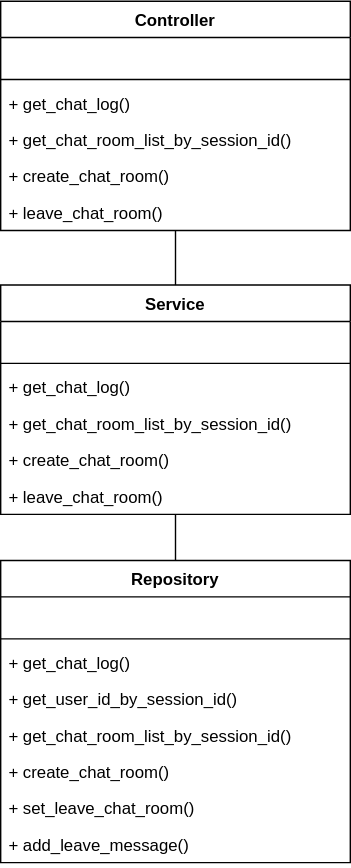
Earlier version of the draw.io export 클래스 다이어그램/chat_room_manage_server_class_diagram.svg (shlim0/2022_capstone1). Source tidied: cells renumbered, new cells last; positions are measured from the earlier drawing's top-left corner, leaving out a move shared by most shapes. The source it was exported from:
```xml
<mxGraphModel>
  <root>
    <mxCell id="0" />
    <mxCell id="1" parent="0" />
    <mxCell id="2" value="Controller" style="swimlane;fontStyle=1;align=center;verticalAlign=top;horizontal=1;startSize=26;" parent="1" vertex="1">
      <mxGeometry width="250" height="164" as="geometry" />
    </mxCell>
    <mxCell id="3" value=" " style="text;strokeColor=none;fillColor=none;align=left;verticalAlign=top;spacingLeft=4;spacingRight=4;overflow=hidden;" parent="2" vertex="1">
      <mxGeometry y="26" width="250" height="26" as="geometry" />
    </mxCell>
    <mxCell id="4" style="line;strokeWidth=1;fillColor=none;align=left;verticalAlign=middle;spacingTop=-1;spacingLeft=3;spacingRight=3;labelPosition=right;strokeColor=inherit;" parent="2" vertex="1">
      <mxGeometry y="52" width="250" height="8" as="geometry" />
    </mxCell>
    <mxCell id="5" value="+ get_chat_log()" style="text;strokeColor=none;fillColor=none;align=left;verticalAlign=top;spacingLeft=4;spacingRight=4;overflow=hidden;" parent="2" vertex="1">
      <mxGeometry y="60" width="250" height="26" as="geometry" />
    </mxCell>
    <mxCell id="6" value="+ get_chat_room_list_by_session_id()" style="text;strokeColor=none;fillColor=none;align=left;verticalAlign=top;spacingLeft=4;spacingRight=4;overflow=hidden;" parent="2" vertex="1">
      <mxGeometry y="86" width="250" height="26" as="geometry" />
    </mxCell>
    <mxCell id="7" value="+ create_chat_room()" style="text;strokeColor=none;fillColor=none;align=left;verticalAlign=top;spacingLeft=4;spacingRight=4;overflow=hidden;" parent="2" vertex="1">
      <mxGeometry y="112" width="250" height="26" as="geometry" />
    </mxCell>
    <mxCell id="8" value="+ leave_chat_room()" style="text;strokeColor=none;fillColor=none;align=left;verticalAlign=top;spacingLeft=4;spacingRight=4;overflow=hidden;points=[[0,0.5],[1,0.5]];portConstraint=eastwest;" parent="2" vertex="1">
      <mxGeometry y="138" width="250" height="26" as="geometry" />
    </mxCell>
    <mxCell id="9" value="Service" style="swimlane;fontStyle=1;align=center;verticalAlign=top;horizontal=1;startSize=26;" parent="1" vertex="1">
      <mxGeometry y="203" width="250" height="164" as="geometry" />
    </mxCell>
    <mxCell id="10" value=" " style="text;strokeColor=none;fillColor=none;align=left;verticalAlign=top;spacingLeft=4;spacingRight=4;overflow=hidden;" parent="9" vertex="1">
      <mxGeometry y="26" width="250" height="26" as="geometry" />
    </mxCell>
    <mxCell id="11" style="line;strokeWidth=1;fillColor=none;align=left;verticalAlign=middle;spacingTop=-1;spacingLeft=3;spacingRight=3;labelPosition=right;strokeColor=inherit;" parent="9" vertex="1">
      <mxGeometry y="52" width="250" height="8" as="geometry" />
    </mxCell>
    <mxCell id="12" value="+ get_chat_log()" style="text;strokeColor=none;fillColor=none;align=left;verticalAlign=top;spacingLeft=4;spacingRight=4;overflow=hidden;" parent="9" vertex="1">
      <mxGeometry y="60" width="250" height="26" as="geometry" />
    </mxCell>
    <mxCell id="13" value="+ get_chat_room_list_by_session_id()" style="text;strokeColor=none;fillColor=none;align=left;verticalAlign=top;spacingLeft=4;spacingRight=4;overflow=hidden;" parent="9" vertex="1">
      <mxGeometry y="86" width="250" height="26" as="geometry" />
    </mxCell>
    <mxCell id="14" value="+ create_chat_room()" style="text;strokeColor=none;fillColor=none;align=left;verticalAlign=top;spacingLeft=4;spacingRight=4;overflow=hidden;" parent="9" vertex="1">
      <mxGeometry y="112" width="250" height="26" as="geometry" />
    </mxCell>
    <mxCell id="15" value="+ leave_chat_room()" style="text;strokeColor=none;fillColor=none;align=left;verticalAlign=top;spacingLeft=4;spacingRight=4;overflow=hidden;points=[[0,0.5],[1,0.5]];portConstraint=eastwest;" parent="9" vertex="1">
      <mxGeometry y="138" width="250" height="26" as="geometry" />
    </mxCell>
    <mxCell id="16" value="Repository" style="swimlane;fontStyle=1;align=center;verticalAlign=top;horizontal=1;startSize=26;" parent="1" vertex="1">
      <mxGeometry y="400" width="250" height="216" as="geometry" />
    </mxCell>
    <mxCell id="17" value="   " style="text;strokeColor=none;fillColor=none;align=left;verticalAlign=top;spacingLeft=4;spacingRight=4;overflow=hidden;" parent="16" vertex="1">
      <mxGeometry y="26" width="250" height="26" as="geometry" />
    </mxCell>
    <mxCell id="18" style="line;strokeWidth=1;fillColor=none;align=left;verticalAlign=middle;spacingTop=-1;spacingLeft=3;spacingRight=3;labelPosition=right;strokeColor=inherit;" parent="16" vertex="1">
      <mxGeometry y="52" width="250" height="8" as="geometry" />
    </mxCell>
    <mxCell id="19" value="+ get_chat_log()" style="text;strokeColor=none;fillColor=none;align=left;verticalAlign=top;spacingLeft=4;spacingRight=4;overflow=hidden;" parent="16" vertex="1">
      <mxGeometry y="60" width="250" height="26" as="geometry" />
    </mxCell>
    <mxCell id="20" value="+ get_user_id_by_session_id()" style="text;strokeColor=none;fillColor=none;align=left;verticalAlign=top;spacingLeft=4;spacingRight=4;overflow=hidden;" parent="16" vertex="1">
      <mxGeometry y="86" width="250" height="26" as="geometry" />
    </mxCell>
    <mxCell id="21" value="+ get_chat_room_list_by_session_id()" style="text;strokeColor=none;fillColor=none;align=left;verticalAlign=top;spacingLeft=4;spacingRight=4;overflow=hidden;" parent="16" vertex="1">
      <mxGeometry y="112" width="250" height="26" as="geometry" />
    </mxCell>
    <mxCell id="22" value="+ create_chat_room()" style="text;strokeColor=none;fillColor=none;align=left;verticalAlign=top;spacingLeft=4;spacingRight=4;overflow=hidden;" parent="16" vertex="1">
      <mxGeometry y="138" width="250" height="26" as="geometry" />
    </mxCell>
    <mxCell id="23" value="+ set_leave_chat_room()" style="text;strokeColor=none;fillColor=none;align=left;verticalAlign=top;spacingLeft=4;spacingRight=4;overflow=hidden;" parent="16" vertex="1">
      <mxGeometry y="164" width="250" height="26" as="geometry" />
    </mxCell>
    <mxCell id="24" value="+ add_leave_message()" style="text;strokeColor=none;fillColor=none;align=left;verticalAlign=top;spacingLeft=4;spacingRight=4;overflow=hidden;" parent="16" vertex="1">
      <mxGeometry y="190" width="250" height="26" as="geometry" />
    </mxCell>
    <mxCell id="25" style="endArrow=none;html=1;rounded=0;entryX=0.5;entryY=0;entryDx=0;entryDy=0;" parent="1" edge="1" source="8" target="9">
      <mxGeometry relative="1" as="geometry" />
    </mxCell>
    <mxCell id="26" style="endArrow=none;html=1;rounded=0;entryX=0.5;entryY=0;entryDx=0;entryDy=0;" parent="1" edge="1" source="15" target="16">
      <mxGeometry relative="1" as="geometry" />
    </mxCell>
  </root>
</mxGraphModel>
```
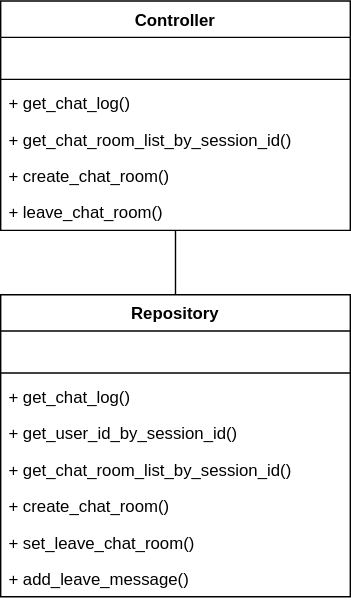
The same file after the commit.

Commit message:
chat room manage server class diagram 서비스 클래스 삭제

Diff of the diagram source:
```diff
@@ -23,29 +23,8 @@
     <mxCell id="8" value="+ leave_chat_room()" style="text;strokeColor=none;fillColor=none;align=left;verticalAlign=top;spacingLeft=4;spacingRight=4;overflow=hidden;points=[[0,0.5],[1,0.5]];portConstraint=eastwest;" parent="2" vertex="1">
       <mxGeometry y="138" width="250" height="26" as="geometry" />
     </mxCell>
-    <mxCell id="9" value="Service" style="swimlane;fontStyle=1;align=center;verticalAlign=top;horizontal=1;startSize=26;" parent="1" vertex="1">
-      <mxGeometry y="203" width="250" height="164" as="geometry" />
-    </mxCell>
-    <mxCell id="10" value=" " style="text;strokeColor=none;fillColor=none;align=left;verticalAlign=top;spacingLeft=4;spacingRight=4;overflow=hidden;" parent="9" vertex="1">
-      <mxGeometry y="26" width="250" height="26" as="geometry" />
-    </mxCell>
-    <mxCell id="11" style="line;strokeWidth=1;fillColor=none;align=left;verticalAlign=middle;spacingTop=-1;spacingLeft=3;spacingRight=3;labelPosition=right;strokeColor=inherit;" parent="9" vertex="1">
-      <mxGeometry y="52" width="250" height="8" as="geometry" />
-    </mxCell>
-    <mxCell id="12" value="+ get_chat_log()" style="text;strokeColor=none;fillColor=none;align=left;verticalAlign=top;spacingLeft=4;spacingRight=4;overflow=hidden;" parent="9" vertex="1">
-      <mxGeometry y="60" width="250" height="26" as="geometry" />
-    </mxCell>
-    <mxCell id="13" value="+ get_chat_room_list_by_session_id()" style="text;strokeColor=none;fillColor=none;align=left;verticalAlign=top;spacingLeft=4;spacingRight=4;overflow=hidden;" parent="9" vertex="1">
-      <mxGeometry y="86" width="250" height="26" as="geometry" />
-    </mxCell>
-    <mxCell id="14" value="+ create_chat_room()" style="text;strokeColor=none;fillColor=none;align=left;verticalAlign=top;spacingLeft=4;spacingRight=4;overflow=hidden;" parent="9" vertex="1">
-      <mxGeometry y="112" width="250" height="26" as="geometry" />
-    </mxCell>
-    <mxCell id="15" value="+ leave_chat_room()" style="text;strokeColor=none;fillColor=none;align=left;verticalAlign=top;spacingLeft=4;spacingRight=4;overflow=hidden;points=[[0,0.5],[1,0.5]];portConstraint=eastwest;" parent="9" vertex="1">
-      <mxGeometry y="138" width="250" height="26" as="geometry" />
-    </mxCell>
     <mxCell id="16" value="Repository" style="swimlane;fontStyle=1;align=center;verticalAlign=top;horizontal=1;startSize=26;" parent="1" vertex="1">
-      <mxGeometry y="400" width="250" height="216" as="geometry" />
+      <mxGeometry y="210" width="250" height="216" as="geometry" />
     </mxCell>
     <mxCell id="17" value="   " style="text;strokeColor=none;fillColor=none;align=left;verticalAlign=top;spacingLeft=4;spacingRight=4;overflow=hidden;" parent="16" vertex="1">
       <mxGeometry y="26" width="250" height="26" as="geometry" />
@@ -71,11 +50,8 @@
     <mxCell id="24" value="+ add_leave_message()" style="text;strokeColor=none;fillColor=none;align=left;verticalAlign=top;spacingLeft=4;spacingRight=4;overflow=hidden;" parent="16" vertex="1">
       <mxGeometry y="190" width="250" height="26" as="geometry" />
     </mxCell>
-    <mxCell id="25" style="endArrow=none;html=1;rounded=0;entryX=0.5;entryY=0;entryDx=0;entryDy=0;" parent="1" edge="1" source="8" target="9">
+    <mxCell id="25" style="endArrow=none;html=1;rounded=0;entryX=0.5;entryY=0;entryDx=0;entryDy=0;" parent="1" edge="1" source="8" target="16">
       <mxGeometry relative="1" as="geometry" />
     </mxCell>
-    <mxCell id="26" style="endArrow=none;html=1;rounded=0;entryX=0.5;entryY=0;entryDx=0;entryDy=0;" parent="1" edge="1" source="15" target="16">
-      <mxGeometry relative="1" as="geometry" />
-    </mxCell>
   </root>
 </mxGraphModel>
```
